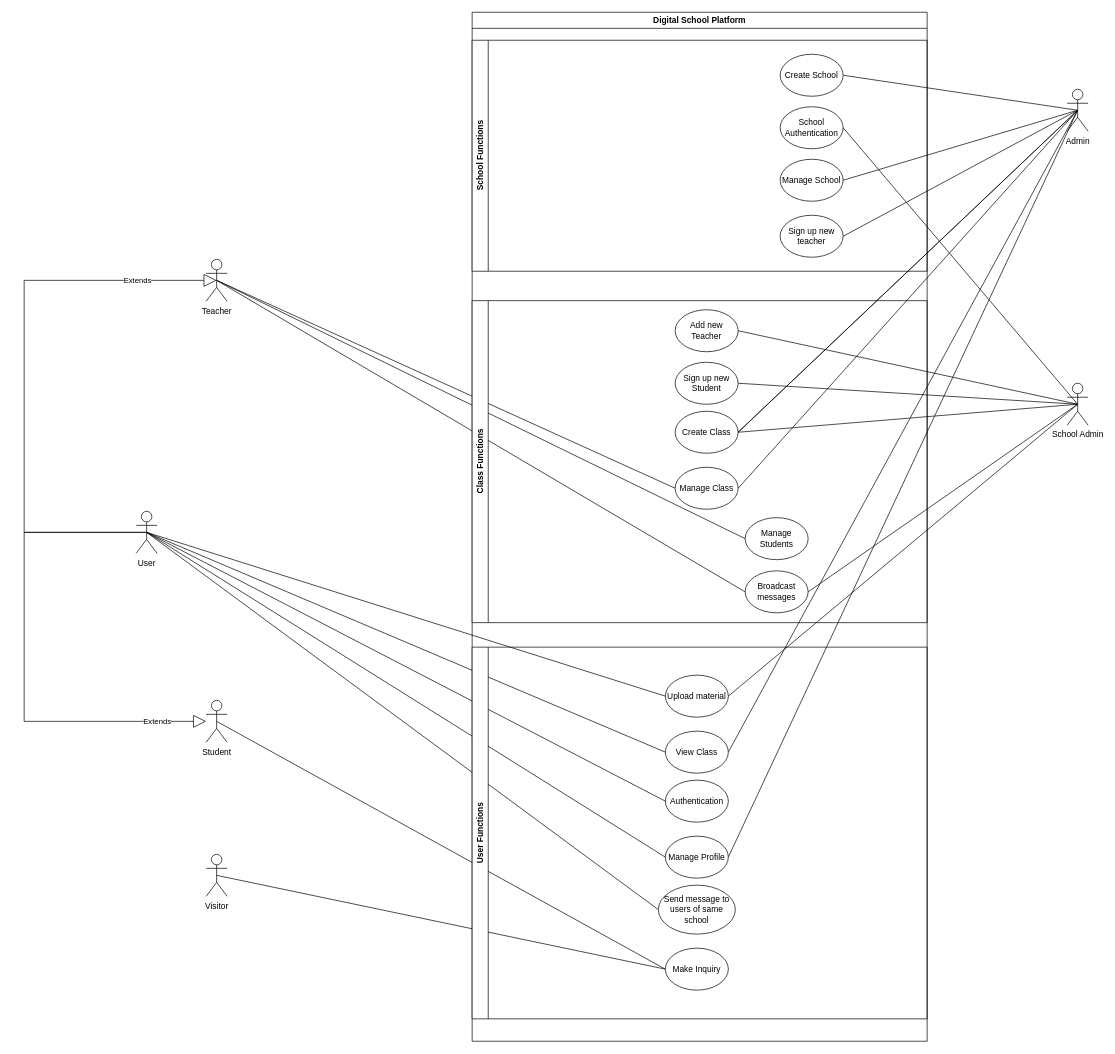
Before: docs/assets/Use Case.drawio in akshayvijaynair/music-academy-docs, a draw.io diagram. Source tidied: cells renumbered, new cells numbered last; positions are measured from the earlier drawing's top-left corner, leaving out a move shared by most shapes. Both pictures are drawn from the tidied source at 70%, with x=0, y=0 at pixel (24, 12).
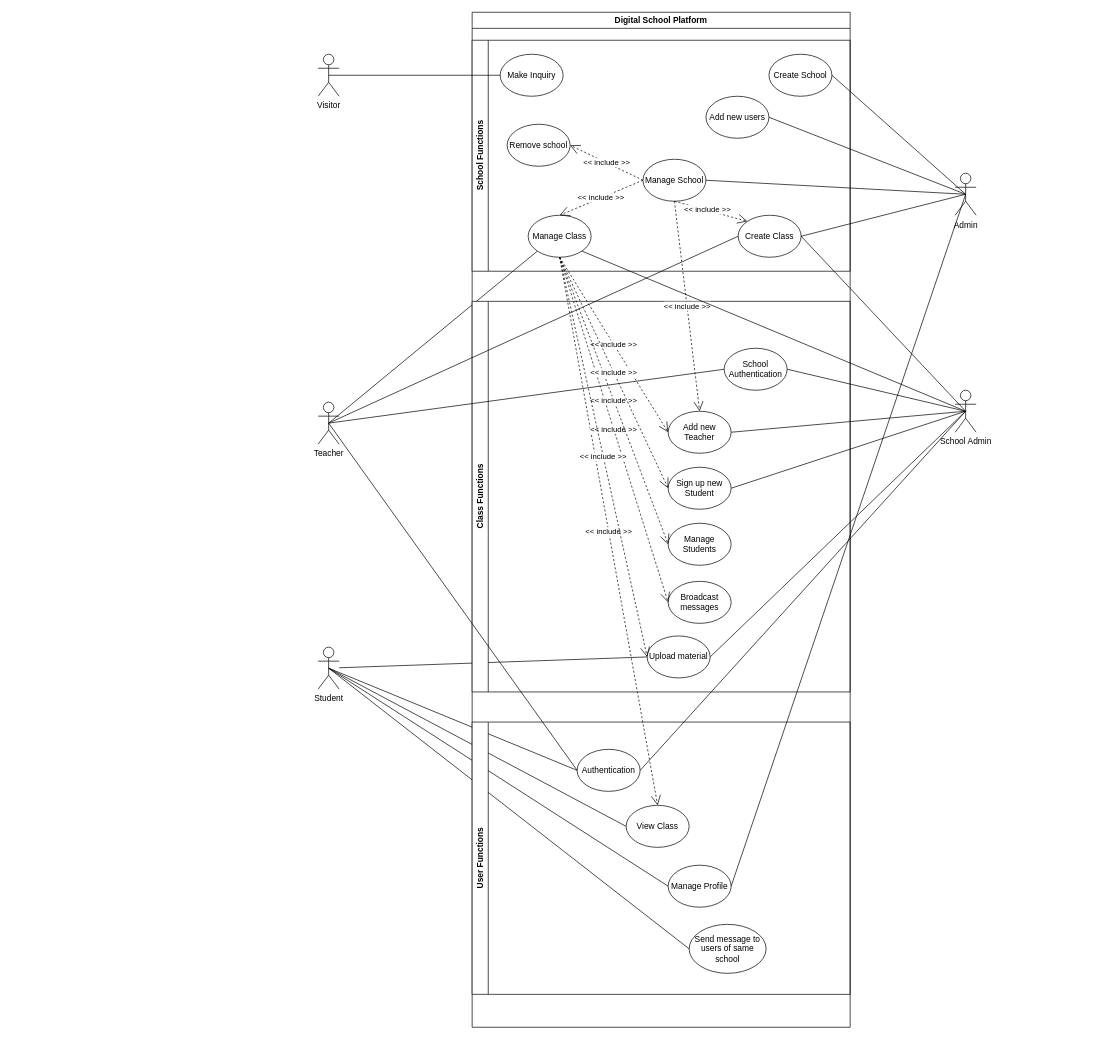
Above is the later version.

Commit message:
feat(usecase): refined use cases

Change to the diagram source:
```diff
@@
-    <mxCell id="2" style="endArrow=none;html=1;rounded=0;exitX=0;exitY=0.5;exitDx=0;exitDy=0;fontStyle=1;entryX=0.5;entryY=0.5;entryDx=0;entryDy=0;entryPerimeter=0;" parent="1" edge="1" source="31" target="10">
-      <mxGeometry relative="1" as="geometry" />
-    </mxCell>
-    <mxCell id="3" style="endArrow=none;html=1;rounded=0;exitX=0;exitY=0.5;exitDx=0;exitDy=0;entryX=0.5;entryY=0.5;entryDx=0;entryDy=0;entryPerimeter=0;fontStyle=0;" parent="1" edge="1" source="29" target="10">
-      <mxGeometry relative="1" as="geometry" />
-    </mxCell>
-    <mxCell id="4" style="endArrow=none;html=1;rounded=0;exitX=0;exitY=0.5;exitDx=0;exitDy=0;entryX=0.5;entryY=0.5;entryDx=0;entryDy=0;entryPerimeter=0;fontStyle=1;" parent="1" edge="1" source="32" target="10">
+    <mxCell id="4" style="endArrow=none;html=1;rounded=0;exitX=0;exitY=1;exitDx=0;exitDy=0;entryX=0.5;entryY=0.5;entryDx=0;entryDy=0;entryPerimeter=0;fontStyle=1;" parent="1" edge="1" source="32" target="10">
       <mxGeometry relative="1" as="geometry" />
     </mxCell>
-    <mxCell id="5" style="endArrow=none;html=1;rounded=0;exitX=0;exitY=0.5;exitDx=0;exitDy=0;entryX=0.5;entryY=0.5;entryDx=0;entryDy=0;entryPerimeter=0;" parent="1" edge="1" source="37" target="42">
+    <mxCell id="5" style="endArrow=none;html=1;rounded=0;exitX=0;exitY=0.5;exitDx=0;exitDy=0;" parent="1" edge="1" source="37" target="42">
       <mxGeometry relative="1" as="geometry" />
     </mxCell>
@@
     <mxCell id="9" value="Admin" style="shape=umlActor;verticalLabelPosition=bottom;verticalAlign=top;html=1;outlineConnect=0;" parent="1" vertex="1">
-      <mxGeometry x="1490" y="110" width="30" height="60" as="geometry" />
+      <mxGeometry x="1330" y="230" width="30" height="60" as="geometry" />
     </mxCell>
     <mxCell id="10" value="Teacher" style="shape=umlActor;verticalLabelPosition=bottom;verticalAlign=top;html=1;outlineConnect=0;" parent="1" vertex="1">
-      <mxGeometry x="260" y="353" width="30" height="60" as="geometry" />
+      <mxGeometry x="420" y="557" width="30" height="60" as="geometry" />
     </mxCell>
-    <mxCell id="11" value="Student" style="shape=umlActor;verticalLabelPosition=bottom;verticalAlign=top;html=1;outlineConnect=0;" parent="1" vertex="1">
-      <mxGeometry x="260" y="983" width="30" height="60" as="geometry" />
-    </mxCell>
-    <mxCell id="12" value="Visitor" style="shape=umlActor;verticalLabelPosition=bottom;verticalAlign=top;html=1;outlineConnect=0;" parent="1" vertex="1">
-      <mxGeometry x="260" y="1203" width="30" height="60" as="geometry" />
-    </mxCell>
@@
-    <mxCell id="15" style="endArrow=none;html=1;rounded=0;exitX=0.5;exitY=0.5;exitDx=0;exitDy=0;exitPerimeter=0;entryX=1;entryY=0.5;entryDx=0;entryDy=0;" parent="1" edge="1" source="9" target="36">
-      <mxGeometry relative="1" as="geometry" />
-    </mxCell>
-    <mxCell id="16" style="endArrow=none;html=1;rounded=0;entryX=0.5;entryY=0.5;entryDx=0;entryDy=0;entryPerimeter=0;exitX=0;exitY=0.5;exitDx=0;exitDy=0;" parent="1" edge="1" source="41" target="12">
-      <mxGeometry relative="1" as="geometry" />
-    </mxCell>
-    <mxCell id="17" style="endArrow=none;html=1;rounded=0;exitX=0.5;exitY=0.5;exitDx=0;exitDy=0;exitPerimeter=0;entryX=1;entryY=0.5;entryDx=0;entryDy=0;" parent="1" edge="1" source="9" target="30">
-      <mxGeometry relative="1" as="geometry" />
-    </mxCell>
@@
-    <mxCell id="20" style="endArrow=none;html=1;rounded=0;exitX=0;exitY=0.5;exitDx=0;exitDy=0;entryX=0.5;entryY=0.5;entryDx=0;entryDy=0;entryPerimeter=0;" parent="1" edge="1" source="41" target="11">
-      <mxGeometry relative="1" as="geometry" />
-    </mxCell>
@@
     <mxCell id="22" value="Digital School Platform" style="swimlane;whiteSpace=wrap;html=1;" parent="1" vertex="1">
-      <mxGeometry x="640" width="650" height="1470" as="geometry" />
+      <mxGeometry x="640" width="540" height="1450" as="geometry" />
     </mxCell>
     <mxCell id="23" value="School Functions" style="swimlane;horizontal=0;whiteSpace=wrap;html=1;startSize=23;" parent="22" vertex="1">
-      <mxGeometry y="40" width="650" height="330" as="geometry" />
+      <mxGeometry y="40" width="540" height="330" as="geometry" />
     </mxCell>
     <mxCell id="24" value="Create School" style="ellipse;whiteSpace=wrap;html=1;" parent="23" vertex="1">
-      <mxGeometry x="440" y="20" width="90" height="60" as="geometry" />
+      <mxGeometry x="424" y="20" width="90" height="60" as="geometry" />
     </mxCell>
-    <mxCell id="25" value="School Authentication" style="ellipse;whiteSpace=wrap;html=1;" parent="23" vertex="1">
-      <mxGeometry x="440" y="95" width="90" height="60" as="geometry" />
-    </mxCell>
     <mxCell id="26" value="Manage School" style="ellipse;whiteSpace=wrap;html=1;" parent="23" vertex="1">
-      <mxGeometry x="440" y="170" width="90" height="60" as="geometry" />
+      <mxGeometry x="244" y="170" width="90" height="60" as="geometry" />
     </mxCell>
-    <mxCell id="27" value="Sign up new teacher" style="ellipse;whiteSpace=wrap;html=1;" parent="23" vertex="1">
-      <mxGeometry x="440" y="250" width="90" height="60" as="geometry" />
+    <mxCell id="27" value="Add new users" style="ellipse;whiteSpace=wrap;html=1;" parent="23" vertex="1">
+      <mxGeometry x="334" y="80" width="90" height="60" as="geometry" />
     </mxCell>
+    <mxCell id="54" value="Remove school" style="ellipse;whiteSpace=wrap;html=1;" parent="23" vertex="1">
+      <mxGeometry x="50" y="120" width="90" height="60" as="geometry" />
+    </mxCell>
+    <mxCell id="55" value="&amp;lt;&amp;lt; include &amp;gt;&amp;gt;" style="endArrow=open;endSize=12;dashed=1;html=1;rounded=0;entryX=1;entryY=0.5;entryDx=0;entryDy=0;exitX=0;exitY=0.5;exitDx=0;exitDy=0;" parent="23" edge="1" source="26" target="54">
+      <mxGeometry relative="1" as="geometry" />
+    </mxCell>
+    <mxCell id="41" value="Make Inquiry" style="ellipse;whiteSpace=wrap;html=1;" parent="23" vertex="1">
+      <mxGeometry x="40" y="20" width="90" height="60" as="geometry" />
+    </mxCell>
+    <mxCell id="32" value="Manage Class" style="ellipse;whiteSpace=wrap;html=1;" parent="23" vertex="1">
+      <mxGeometry x="80" y="250" width="90" height="60" as="geometry" />
+    </mxCell>
+    <mxCell id="56" value="&amp;lt;&amp;lt; include &amp;gt;&amp;gt;" style="endArrow=open;endSize=12;dashed=1;html=1;rounded=0;exitX=0;exitY=0.5;exitDx=0;exitDy=0;entryX=0.5;entryY=0;entryDx=0;entryDy=0;" parent="23" edge="1" source="26" target="32">
+      <mxGeometry relative="1" as="geometry" />
+    </mxCell>
+    <mxCell id="30" value="Create Class" style="ellipse;whiteSpace=wrap;html=1;" parent="23" vertex="1">
+      <mxGeometry x="380" y="250" width="90" height="60" as="geometry" />
+    </mxCell>
+    <mxCell id="57" value="&amp;lt;&amp;lt; include &amp;gt;&amp;gt;" style="endArrow=open;endSize=12;dashed=1;html=1;rounded=0;exitX=0.5;exitY=1;exitDx=0;exitDy=0;entryX=0;entryY=0;entryDx=0;entryDy=0;" parent="23" edge="1" source="26" target="30">
+      <mxGeometry x="-0.09" y="1" relative="1" as="geometry" />
+    </mxCell>
     <mxCell id="28" value="Class Functions" style="swimlane;horizontal=0;whiteSpace=wrap;html=1;" parent="22" vertex="1">
-      <mxGeometry y="412" width="650" height="460" as="geometry" />
+      <mxGeometry y="413" width="540" height="558" as="geometry" />
     </mxCell>
     <mxCell id="29" value="Manage Students" style="ellipse;whiteSpace=wrap;html=1;" parent="28" vertex="1">
-      <mxGeometry x="390" y="310" width="90" height="60" as="geometry" />
+      <mxGeometry x="280" y="317" width="90" height="60" as="geometry" />
     </mxCell>
-    <mxCell id="30" value="Create Class" style="ellipse;whiteSpace=wrap;html=1;" parent="28" vertex="1">
-      <mxGeometry x="290" y="158" width="90" height="60" as="geometry" />
-    </mxCell>
     <mxCell id="31" value="Broadcast messages" style="ellipse;whiteSpace=wrap;html=1;" parent="28" vertex="1">
-      <mxGeometry x="390" y="386" width="90" height="60" as="geometry" />
+      <mxGeometry x="280" y="400" width="90" height="60" as="geometry" />
     </mxCell>
-    <mxCell id="32" value="Manage Class" style="ellipse;whiteSpace=wrap;html=1;" parent="28" vertex="1">
-      <mxGeometry x="290" y="238" width="90" height="60" as="geometry" />
-    </mxCell>
     <mxCell id="33" value="Sign up new Student" style="ellipse;whiteSpace=wrap;html=1;" parent="28" vertex="1">
-      <mxGeometry x="290" y="88" width="90" height="60" as="geometry" />
+      <mxGeometry x="280" y="237" width="90" height="60" as="geometry" />
     </mxCell>
     <mxCell id="34" value="Add new Teacher" style="ellipse;whiteSpace=wrap;html=1;" parent="28" vertex="1">
-      <mxGeometry x="290" y="13" width="90" height="60" as="geometry" />
+      <mxGeometry x="280" y="157" width="90" height="60" as="geometry" />
     </mxCell>
+    <mxCell id="37" value="Upload material" style="ellipse;whiteSpace=wrap;html=1;" parent="28" vertex="1">
+      <mxGeometry x="250" y="478" width="90" height="60" as="geometry" />
+    </mxCell>
+    <mxCell id="25" value="School Authentication" style="ellipse;whiteSpace=wrap;html=1;" parent="28" vertex="1">
+      <mxGeometry x="360" y="67" width="90" height="60" as="geometry" />
+    </mxCell>
     <mxCell id="35" value="User Functions" style="swimlane;horizontal=0;whiteSpace=wrap;html=1;" parent="22" vertex="1">
-      <mxGeometry y="907" width="650" height="531" as="geometry" />
+      <mxGeometry y="1014" width="540" height="389" as="geometry" />
     </mxCell>
     <mxCell id="36" value="View Class" style="ellipse;whiteSpace=wrap;html=1;" parent="35" vertex="1">
-      <mxGeometry x="276" y="120" width="90" height="60" as="geometry" />
+      <mxGeometry x="220" y="119" width="90" height="60" as="geometry" />
     </mxCell>
-    <mxCell id="37" value="Upload material" style="ellipse;whiteSpace=wrap;html=1;" parent="35" vertex="1">
-      <mxGeometry x="276" y="40" width="90" height="60" as="geometry" />
-    </mxCell>
     <mxCell id="38" value="Authentication" style="ellipse;whiteSpace=wrap;html=1;" parent="35" vertex="1">
-      <mxGeometry x="276" y="190" width="90" height="60" as="geometry" />
+      <mxGeometry x="150" y="39" width="90" height="60" as="geometry" />
     </mxCell>
     <mxCell id="39" value="Manage Profile" style="ellipse;whiteSpace=wrap;html=1;" parent="35" vertex="1">
-      <mxGeometry x="276" y="270" width="90" height="60" as="geometry" />
+      <mxGeometry x="280" y="204.5" width="90" height="60" as="geometry" />
     </mxCell>
     <mxCell id="40" value="Send message to users of same school" style="ellipse;whiteSpace=wrap;html=1;" parent="35" vertex="1">
-      <mxGeometry x="266" y="340" width="110" height="70" as="geometry" />
+      <mxGeometry x="310" y="289" width="110" height="70" as="geometry" />
     </mxCell>
-    <mxCell id="41" value="Make Inquiry" style="ellipse;whiteSpace=wrap;html=1;" parent="35" vertex="1">
-      <mxGeometry x="276" y="430" width="90" height="60" as="geometry" />
-    </mxCell>
+    <mxCell id="58" value="&amp;lt;&amp;lt; include &amp;gt;&amp;gt;" style="endArrow=open;endSize=12;dashed=1;html=1;rounded=0;exitX=0.5;exitY=1;exitDx=0;exitDy=0;entryX=0.5;entryY=0;entryDx=0;entryDy=0;" parent="22" edge="1" source="26" target="34">
+      <mxGeometry relative="1" as="geometry" />
+    </mxCell>
+    <mxCell id="59" value="&amp;lt;&amp;lt; include &amp;gt;&amp;gt;" style="endArrow=open;endSize=12;dashed=1;html=1;rounded=0;entryX=0.5;entryY=0;entryDx=0;entryDy=0;exitX=0.5;exitY=1;exitDx=0;exitDy=0;" parent="22" edge="1" source="32" target="36">
+      <mxGeometry relative="1" as="geometry" />
+    </mxCell>
+    <mxCell id="60" value="&amp;lt;&amp;lt; include &amp;gt;&amp;gt;" style="endArrow=open;endSize=12;dashed=1;html=1;rounded=0;exitX=0.5;exitY=1;exitDx=0;exitDy=0;entryX=0;entryY=0.5;entryDx=0;entryDy=0;" parent="22" edge="1" source="32" target="34">
+      <mxGeometry relative="1" as="geometry" />
+    </mxCell>
+    <mxCell id="61" value="&amp;lt;&amp;lt; include &amp;gt;&amp;gt;" style="endArrow=open;endSize=12;dashed=1;html=1;rounded=0;exitX=0.5;exitY=1;exitDx=0;exitDy=0;entryX=0;entryY=0.5;entryDx=0;entryDy=0;" parent="22" edge="1" source="32" target="31">
+      <mxGeometry relative="1" as="geometry" />
+    </mxCell>
+    <mxCell id="62" value="&amp;lt;&amp;lt; include &amp;gt;&amp;gt;" style="endArrow=open;endSize=12;dashed=1;html=1;rounded=0;exitX=0.5;exitY=1;exitDx=0;exitDy=0;entryX=0;entryY=0.5;entryDx=0;entryDy=0;" parent="22" edge="1" source="32" target="29">
+      <mxGeometry relative="1" as="geometry" />
+    </mxCell>
+    <mxCell id="63" value="&amp;lt;&amp;lt; include &amp;gt;&amp;gt;" style="endArrow=open;endSize=12;dashed=1;html=1;rounded=0;exitX=0.5;exitY=1;exitDx=0;exitDy=0;entryX=0;entryY=0.5;entryDx=0;entryDy=0;" parent="22" edge="1" source="32" target="33">
+      <mxGeometry relative="1" as="geometry" />
+    </mxCell>
+    <mxCell id="64" value="&amp;lt;&amp;lt; include &amp;gt;&amp;gt;" style="endArrow=open;endSize=12;dashed=1;html=1;rounded=0;exitX=0.5;exitY=1;exitDx=0;exitDy=0;entryX=0;entryY=0.5;entryDx=0;entryDy=0;" parent="22" edge="1" source="32" target="37">
+      <mxGeometry relative="1" as="geometry" />
+    </mxCell>
-    <mxCell id="42" value="User" style="shape=umlActor;verticalLabelPosition=bottom;verticalAlign=top;html=1;outlineConnect=0;" parent="1" vertex="1">
-      <mxGeometry x="160" y="713" width="30" height="60" as="geometry" />
+    <mxCell id="42" value="Student" style="shape=umlActor;verticalLabelPosition=bottom;verticalAlign=top;html=1;outlineConnect=0;" parent="1" vertex="1">
+      <mxGeometry x="420" y="907" width="30" height="60" as="geometry" />
     </mxCell>
-    <mxCell id="43" value="Extends" style="endArrow=block;endSize=16;endFill=0;html=1;rounded=0;exitX=0.5;exitY=0.5;exitDx=0;exitDy=0;exitPerimeter=0;entryX=0.5;entryY=0.5;entryDx=0;entryDy=0;entryPerimeter=0;" parent="1" edge="1" source="42" target="10">
-      <mxGeometry x="0.72" relative="1" as="geometry">
-        <Array as="points">
-          <mxPoint y="743" />
-          <mxPoint y="383" />
-        </Array>
-      </mxGeometry>
-    </mxCell>
-    <mxCell id="44" value="Extends" style="endArrow=block;endSize=16;endFill=0;html=1;rounded=0;exitX=0.5;exitY=0.5;exitDx=0;exitDy=0;exitPerimeter=0;" parent="1" edge="1" source="42" target="11">
-      <mxGeometry x="0.8" relative="1" as="geometry">
-        <Array as="points">
-          <mxPoint y="743" />
-          <mxPoint y="1013" />
-        </Array>
-      </mxGeometry>
-    </mxCell>
     <mxCell id="45" value="School Admin" style="shape=umlActor;verticalLabelPosition=bottom;verticalAlign=top;html=1;outlineConnect=0;" parent="1" vertex="1">
-      <mxGeometry x="1490" y="530" width="30" height="60" as="geometry" />
+      <mxGeometry x="1330" y="540" width="30" height="60" as="geometry" />
     </mxCell>
@@
-    <mxCell id="47" style="endArrow=none;html=1;rounded=0;entryX=1;entryY=0.5;entryDx=0;entryDy=0;exitX=0.5;exitY=0.5;exitDx=0;exitDy=0;exitPerimeter=0;" parent="1" edge="1" source="45" target="31">
-      <mxGeometry relative="1" as="geometry" />
-    </mxCell>
@@
-    <mxCell id="51" style="endArrow=none;html=1;rounded=0;entryX=1;entryY=0.5;entryDx=0;entryDy=0;exitX=0.5;exitY=0.5;exitDx=0;exitDy=0;exitPerimeter=0;" parent="1" edge="1" source="9" target="30">
-      <mxGeometry relative="1" as="geometry" />
-    </mxCell>
-    <mxCell id="52" style="endArrow=none;html=1;rounded=0;exitX=0.5;exitY=0.5;exitDx=0;exitDy=0;exitPerimeter=0;entryX=1;entryY=0.5;entryDx=0;entryDy=0;" parent="1" edge="1" source="9" target="32">
-      <mxGeometry relative="1" as="geometry" />
-    </mxCell>
@@
+    <mxCell id="65" style="endArrow=none;html=1;rounded=0;entryX=1;entryY=1;entryDx=0;entryDy=0;exitX=0.5;exitY=0.5;exitDx=0;exitDy=0;exitPerimeter=0;" parent="1" edge="1" source="45" target="32">
+      <mxGeometry relative="1" as="geometry" />
+    </mxCell>
+    <mxCell id="66" style="endArrow=none;html=1;rounded=0;exitX=0;exitY=0.5;exitDx=0;exitDy=0;entryX=0.5;entryY=0.5;entryDx=0;entryDy=0;entryPerimeter=0;fontStyle=1;" parent="1" edge="1" source="25" target="10">
+      <mxGeometry relative="1" as="geometry" />
+    </mxCell>
+    <mxCell id="67" style="endArrow=none;html=1;rounded=0;exitX=0;exitY=0.5;exitDx=0;exitDy=0;entryX=0.5;entryY=0.5;entryDx=0;entryDy=0;entryPerimeter=0;fontStyle=1;" parent="1" edge="1" source="38" target="10">
+      <mxGeometry relative="1" as="geometry" />
+    </mxCell>
+    <mxCell id="68" style="endArrow=none;html=1;rounded=0;entryX=1;entryY=0.5;entryDx=0;entryDy=0;exitX=0.5;exitY=0.5;exitDx=0;exitDy=0;exitPerimeter=0;" parent="1" edge="1" source="45" target="38">
+      <mxGeometry relative="1" as="geometry" />
+    </mxCell>
+    <mxCell id="12" value="Visitor" style="shape=umlActor;verticalLabelPosition=bottom;verticalAlign=top;html=1;outlineConnect=0;" parent="1" vertex="1">
+      <mxGeometry x="420" y="60" width="30" height="60" as="geometry" />
+    </mxCell>
+    <mxCell id="16" style="endArrow=none;html=1;rounded=0;entryX=0.5;entryY=0.5;entryDx=0;entryDy=0;entryPerimeter=0;exitX=0;exitY=0.5;exitDx=0;exitDy=0;" parent="1" edge="1" source="41" target="12">
+      <mxGeometry relative="1" as="geometry" />
+    </mxCell>
+    <mxCell id="69" style="endArrow=none;html=1;rounded=0;exitX=0;exitY=0.5;exitDx=0;exitDy=0;entryX=0.5;entryY=0.5;entryDx=0;entryDy=0;entryPerimeter=0;fontStyle=1;" parent="1" edge="1" source="30" target="10">
+      <mxGeometry relative="1" as="geometry" />
+    </mxCell>
+    <mxCell id="70" style="endArrow=none;html=1;rounded=0;exitX=0.5;exitY=0.5;exitDx=0;exitDy=0;exitPerimeter=0;entryX=1;entryY=0.5;entryDx=0;entryDy=0;" parent="1" edge="1" source="9" target="30">
+      <mxGeometry relative="1" as="geometry" />
+    </mxCell>
```
